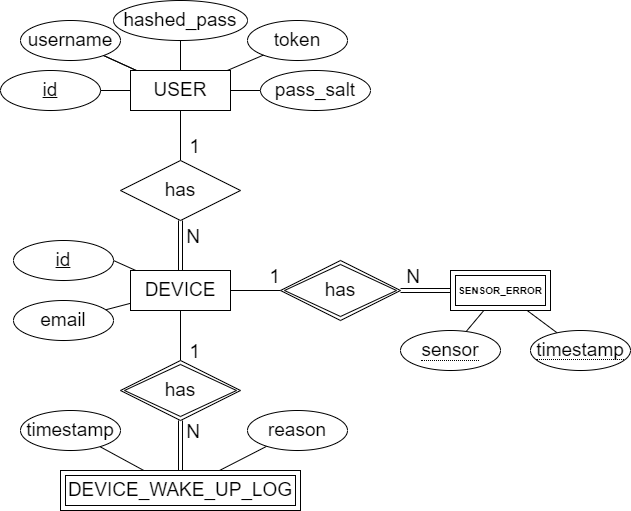
MiguelRocha2001/PS-Monitor-IoT-System keeps this draw.io diagram as Diagrams/PostgresDB-diagram.drawio.png. Above is the earlier version. Source tidied: cells renumbered, new cells last; positions are measured from the earlier drawing's top-left corner, leaving out a move shared by most shapes.
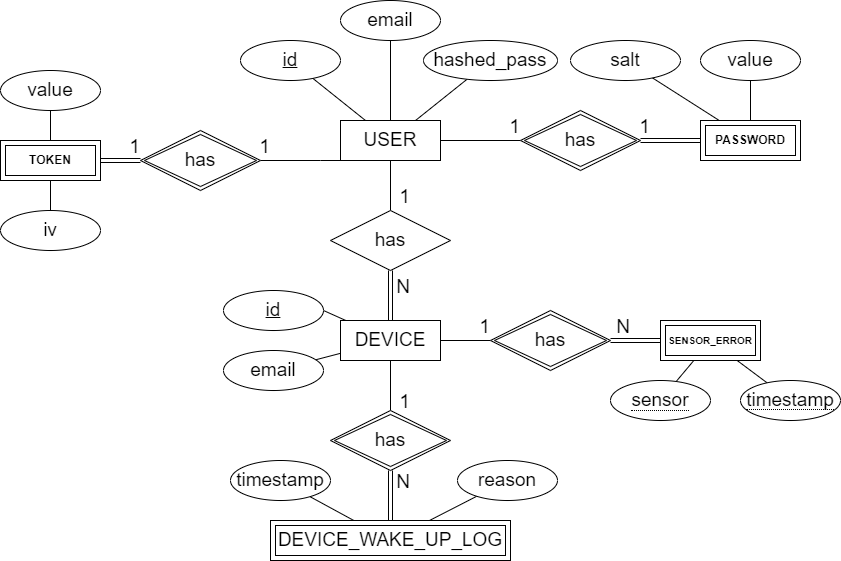
After the change.

What changed in the source:
```diff
@@ -15,7 +15,7 @@
       <mxGeometry x="130" y="70" width="100" height="40" as="geometry" />
     </mxCell>
     <mxCell id="6" value="&lt;font style=&quot;font-size: 19px;&quot;&gt;id&lt;/font&gt;" style="ellipse;whiteSpace=wrap;html=1;align=center;fontStyle=4;" parent="1" vertex="1">
-      <mxGeometry y="70" width="100" height="40" as="geometry" />
+      <mxGeometry x="30" y="-10" width="100" height="40" as="geometry" />
     </mxCell>
     <mxCell id="7" style="endArrow=none;html=1;rounded=0;" parent="1" edge="1" source="42" target="5">
       <mxGeometry relative="1" as="geometry" />
@@ -27,14 +27,8 @@
       <mxGeometry relative="1" as="geometry" />
     </mxCell>
     <mxCell id="10" value="&lt;font style=&quot;font-size: 19px;&quot;&gt;hashed_pass&lt;/font&gt;" style="ellipse;whiteSpace=wrap;html=1;align=center;fontSize=12;" parent="1" vertex="1">
-      <mxGeometry x="113" width="134" height="40" as="geometry" />
+      <mxGeometry x="213" y="-10" width="134" height="40" as="geometry" />
     </mxCell>
-    <mxCell id="11" value="&lt;font style=&quot;font-size: 19px;&quot;&gt;token&lt;/font&gt;" style="ellipse;whiteSpace=wrap;html=1;align=center;" parent="1" vertex="1">
-      <mxGeometry x="247" y="20" width="100" height="40" as="geometry" />
-    </mxCell>
-    <mxCell id="12" style="endArrow=none;html=1;rounded=0;" parent="1" edge="1" source="11" target="5">
-      <mxGeometry relative="1" as="geometry" />
-    </mxCell>
     <mxCell id="13" style="endArrow=none;html=1;rounded=0;" parent="1" edge="1" source="5" target="27">
       <mxGeometry relative="1" as="geometry" />
     </mxCell>
@@ -53,6 +47,26 @@
         <mxPoint x="100" y="130" as="offset" />
       </mxGeometry>
     </mxCell>
+    <mxCell id="44" value="&lt;font style=&quot;font-size: 19px;&quot;&gt;1&lt;/font&gt;" style="html=1;align=right;verticalAlign=bottom;" parent="13" vertex="1">
+      <mxGeometry x="1" relative="1" as="geometry">
+        <mxPoint x="260" y="-70" as="offset" />
+      </mxGeometry>
+    </mxCell>
+    <mxCell id="45" value="&lt;font style=&quot;font-size: 19px;&quot;&gt;1&lt;/font&gt;" style="html=1;align=right;verticalAlign=bottom;" parent="13" vertex="1">
+      <mxGeometry x="1" relative="1" as="geometry">
+        <mxPoint x="130" y="-70" as="offset" />
+      </mxGeometry>
+    </mxCell>
+    <mxCell id="46" value="&lt;font style=&quot;font-size: 19px;&quot;&gt;1&lt;/font&gt;" style="html=1;align=right;verticalAlign=bottom;" parent="13" vertex="1">
+      <mxGeometry x="1" relative="1" as="geometry">
+        <mxPoint x="-250" y="-50" as="offset" />
+      </mxGeometry>
+    </mxCell>
+    <mxCell id="47" value="&lt;font style=&quot;font-size: 19px;&quot;&gt;1&lt;/font&gt;" style="html=1;align=right;verticalAlign=bottom;" parent="13" vertex="1">
+      <mxGeometry x="1" relative="1" as="geometry">
+        <mxPoint x="-120" y="-50" as="offset" />
+      </mxGeometry>
+    </mxCell>
     <mxCell id="17" style="endArrow=none;html=1;rounded=0;shape=link;exitX=0.5;exitY=0;exitDx=0;exitDy=0;" parent="1" edge="1" source="25" target="27">
       <mxGeometry relative="1" as="geometry" />
     </mxCell>
@@ -71,12 +85,6 @@
         <mxPoint x="20" y="225" as="offset" />
       </mxGeometry>
     </mxCell>
-    <mxCell id="21" value="&lt;font style=&quot;font-size: 19px;&quot;&gt;pass_salt&lt;/font&gt;" style="ellipse;whiteSpace=wrap;html=1;align=center;" parent="1" vertex="1">
-      <mxGeometry x="260" y="70" width="110" height="40" as="geometry" />
-    </mxCell>
-    <mxCell id="22" style="endArrow=none;html=1;rounded=0;" parent="1" edge="1" source="21" target="5">
-      <mxGeometry relative="1" as="geometry" />
-    </mxCell>
     <mxCell id="23" style="edgeStyle=orthogonalEdgeStyle;rounded=0;jettySize=auto;html=1;endArrow=none;endFill=0;" parent="1" edge="1" source="25" target="30">
       <mxGeometry relative="1" as="geometry" />
     </mxCell>
@@ -134,11 +142,64 @@
     <mxCell id="41" value="SENSOR_ERROR" style="shape=ext;margin=3;double=1;whiteSpace=wrap;html=1;align=center;fontSize=10;fontStyle=1;" parent="1" vertex="1">
       <mxGeometry x="450" y="270" width="100" height="40" as="geometry" />
     </mxCell>
-    <mxCell id="42" value="&lt;font style=&quot;font-size: 19px;&quot;&gt;username&lt;/font&gt;" style="ellipse;whiteSpace=wrap;html=1;align=center;" parent="1" vertex="1">
-      <mxGeometry x="20" y="20" width="100" height="40" as="geometry" />
+    <mxCell id="42" value="&lt;font style=&quot;font-size: 19px;&quot;&gt;email&lt;/font&gt;" style="ellipse;whiteSpace=wrap;html=1;align=center;" parent="1" vertex="1">
+      <mxGeometry x="130" y="-50" width="100" height="40" as="geometry" />
     </mxCell>
-    <mxCell id="43" style="endArrow=none;html=1;rounded=0;entryX=0;entryY=0.5;entryDx=0;entryDy=0;exitX=1;exitY=0.5;exitDx=0;exitDy=0;" parent="1" edge="1" source="6" target="5">
+    <mxCell id="43" style="endArrow=none;html=1;rounded=0;" parent="1" edge="1" source="6" target="5">
       <mxGeometry relative="1" as="geometry" />
     </mxCell>
+    <mxCell id="48" style="edgeStyle=orthogonalEdgeStyle;rounded=0;jettySize=auto;html=1;shape=link;" parent="1" edge="1" source="49" target="51">
+      <mxGeometry relative="1" as="geometry" />
+    </mxCell>
+    <mxCell id="49" value="PASSWORD" style="shape=ext;margin=3;double=1;whiteSpace=wrap;html=1;align=center;fontStyle=1;" parent="1" vertex="1">
+      <mxGeometry x="490" y="70" width="100" height="40" as="geometry" />
+    </mxCell>
+    <mxCell id="50" style="edgeStyle=orthogonalEdgeStyle;rounded=0;jettySize=auto;html=1;endArrow=none;endFill=0;" parent="1" edge="1" source="51" target="5">
+      <mxGeometry relative="1" as="geometry" />
+    </mxCell>
+    <mxCell id="51" value="has" style="shape=rhombus;double=1;perimeter=rhombusPerimeter;whiteSpace=wrap;html=1;align=center;fontSize=19;" parent="1" vertex="1">
+      <mxGeometry x="310" y="60" width="120" height="60" as="geometry" />
+    </mxCell>
+    <mxCell id="52" value="&lt;font style=&quot;font-size: 19px;&quot;&gt;value&lt;/font&gt;" style="ellipse;whiteSpace=wrap;html=1;align=center;" parent="1" vertex="1">
+      <mxGeometry x="490" y="-10" width="100" height="40" as="geometry" />
+    </mxCell>
+    <mxCell id="53" style="endArrow=none;html=1;rounded=0;" parent="1" edge="1" source="52" target="49">
+      <mxGeometry relative="1" as="geometry" />
+    </mxCell>
+    <mxCell id="54" value="TOKEN" style="shape=ext;margin=3;double=1;whiteSpace=wrap;html=1;align=center;fontStyle=1;" parent="1" vertex="1">
+      <mxGeometry x="-210" y="90" width="100" height="40" as="geometry" />
+    </mxCell>
+    <mxCell id="55" style="edgeStyle=orthogonalEdgeStyle;rounded=0;jettySize=auto;html=1;endArrow=none;endFill=0;entryX=0;entryY=1;entryDx=0;entryDy=0;" parent="1" edge="1" source="56" target="5">
+      <mxGeometry relative="1" as="geometry">
+        <Array as="points">
+          <mxPoint x="110" y="110" />
+          <mxPoint x="110" y="110" />
+        </Array>
+      </mxGeometry>
+    </mxCell>
+    <mxCell id="56" value="has" style="shape=rhombus;double=1;perimeter=rhombusPerimeter;whiteSpace=wrap;html=1;align=center;fontSize=19;" parent="1" vertex="1">
+      <mxGeometry x="-70" y="80" width="120" height="60" as="geometry" />
+    </mxCell>
+    <mxCell id="57" style="edgeStyle=orthogonalEdgeStyle;rounded=0;jettySize=auto;html=1;shape=link;" parent="1" edge="1" source="54" target="56">
+      <mxGeometry relative="1" as="geometry" />
+    </mxCell>
+    <mxCell id="58" value="&lt;font style=&quot;font-size: 19px;&quot;&gt;value&lt;/font&gt;" style="ellipse;whiteSpace=wrap;html=1;align=center;" parent="1" vertex="1">
+      <mxGeometry x="-210" y="20" width="100" height="40" as="geometry" />
+    </mxCell>
+    <mxCell id="59" style="endArrow=none;html=1;rounded=0;" parent="1" edge="1" source="58" target="54">
+      <mxGeometry relative="1" as="geometry" />
+    </mxCell>
+    <mxCell id="60" value="&lt;font style=&quot;font-size: 19px;&quot;&gt;iv&lt;/font&gt;" style="ellipse;whiteSpace=wrap;html=1;align=center;" parent="1" vertex="1">
+      <mxGeometry x="-210" y="160" width="100" height="40" as="geometry" />
+    </mxCell>
+    <mxCell id="61" style="endArrow=none;html=1;rounded=0;" parent="1" edge="1" source="60" target="54">
+      <mxGeometry relative="1" as="geometry" />
+    </mxCell>
+    <mxCell id="62" style="endArrow=none;html=1;rounded=0;" parent="1" edge="1" source="63" target="49">
+      <mxGeometry relative="1" as="geometry" />
+    </mxCell>
+    <mxCell id="63" value="&lt;font style=&quot;font-size: 19px;&quot;&gt;salt&lt;/font&gt;" style="ellipse;whiteSpace=wrap;html=1;align=center;" parent="1" vertex="1">
+      <mxGeometry x="360" y="-10" width="110" height="40" as="geometry" />
+    </mxCell>
   </root>
 </mxGraphModel>
```
